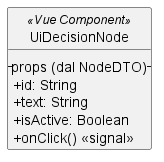
Earlier version of the PlantUML export src/PB/DocumentazioneEsterna/Specifica_Tecnica/content/05-diagrammi-classi/uml/png/frontend/UiDecisionNode.png (GroupRubberDuck/Documentazione).
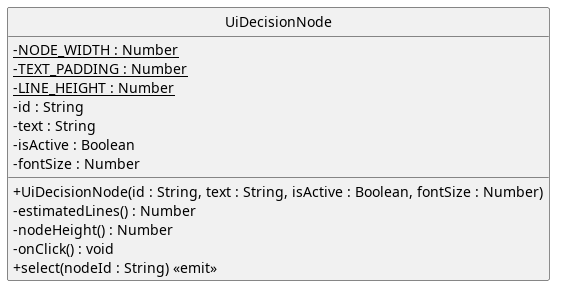
After the change.

Change to the diagram source:
```diff
@@ -1,13 +1,23 @@
-@startuml UiDecisionNode
+@startuml
+skinparam linetype ortho
+skinparam nodesep 80
+skinparam ranksep 100
 skinparam classAttributeIconSize 0
+skinparam packageStyle rectangle
 skinparam style strictuml
 
-class UiDecisionNode << (V,#41B883) Vue Component >> {
-  -- props (dal NodeDTO) --
-  + id: String
-  + text: String
-  + isActive: Boolean
-  + onClick() <<signal >>
+class UiDecisionNode {
+  - {static} NODE_WIDTH : Number
+  - {static} TEXT_PADDING : Number
+  - {static} LINE_HEIGHT : Number
+  - id : String
+  - text : String
+  - isActive : Boolean
+  - fontSize : Number
+  + UiDecisionNode(id : String, text : String, isActive : Boolean, fontSize : Number)
+  - estimatedLines() : Number
+  - nodeHeight() : Number
+  - onClick() : void
+  + select(nodeId : String) <<emit>>
 }
-
 @enduml
```
